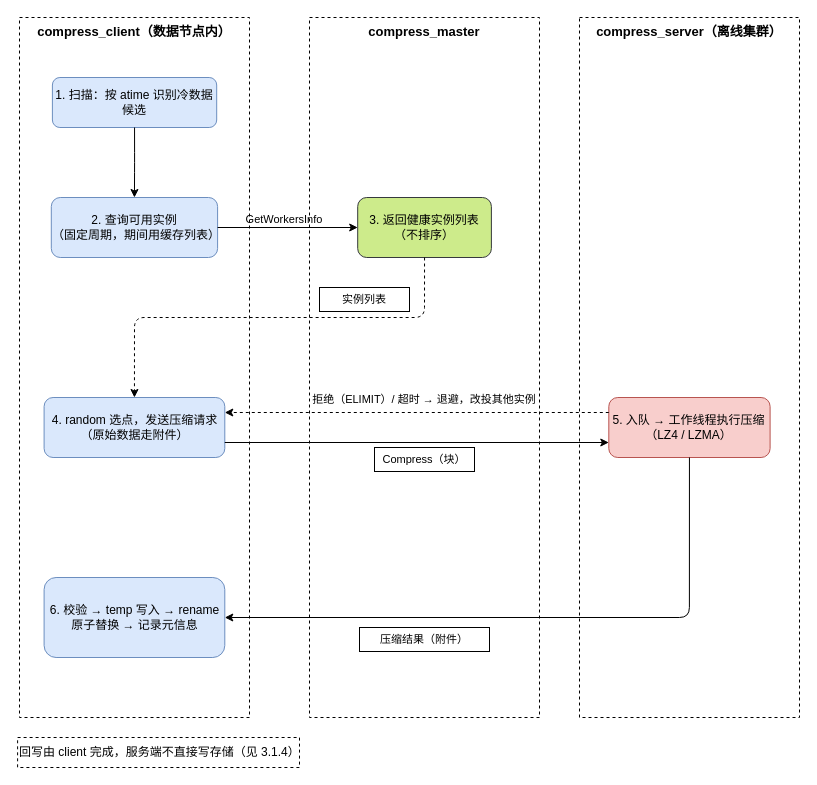
Before: docs/diagrams/flow-compress.drawio in WitherLzero/distributed-compress-system, a draw.io diagram. Source tidied: cells renumbered, new cells numbered last; positions are measured from the earlier drawing's top-left corner, leaving out a move shared by most shapes. Both pictures are drawn from the tidied source at 100%, with x=0, y=0 at pixel (17, 17).
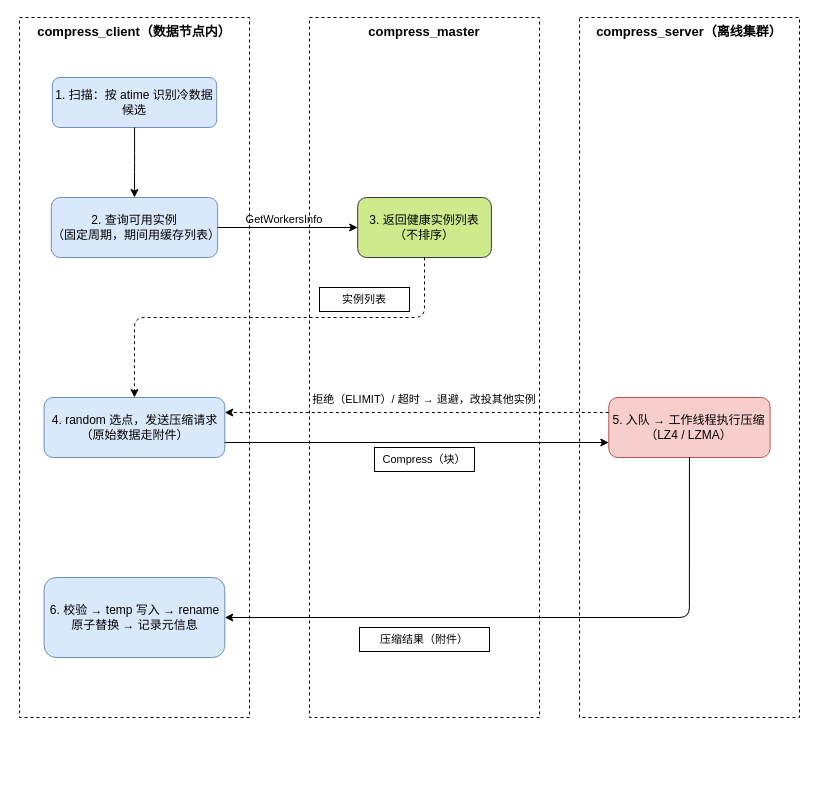
The same diagram, later.

Change to the diagram source:
```diff
@@
-    <mxCell id="15" value="回写由 client 完成，服务端不直接写存储（见 3.1.4）" style="text;html=1;strokeColor=default;fillColor=none;align=left;verticalAlign=middle;whiteSpace=wrap;rounded=0;dashed=1;fontSize=12;" parent="1" vertex="1">
-      <mxGeometry x="0.1" y="720" width="281.9" height="30" as="geometry" />
-    </mxCell>
```
